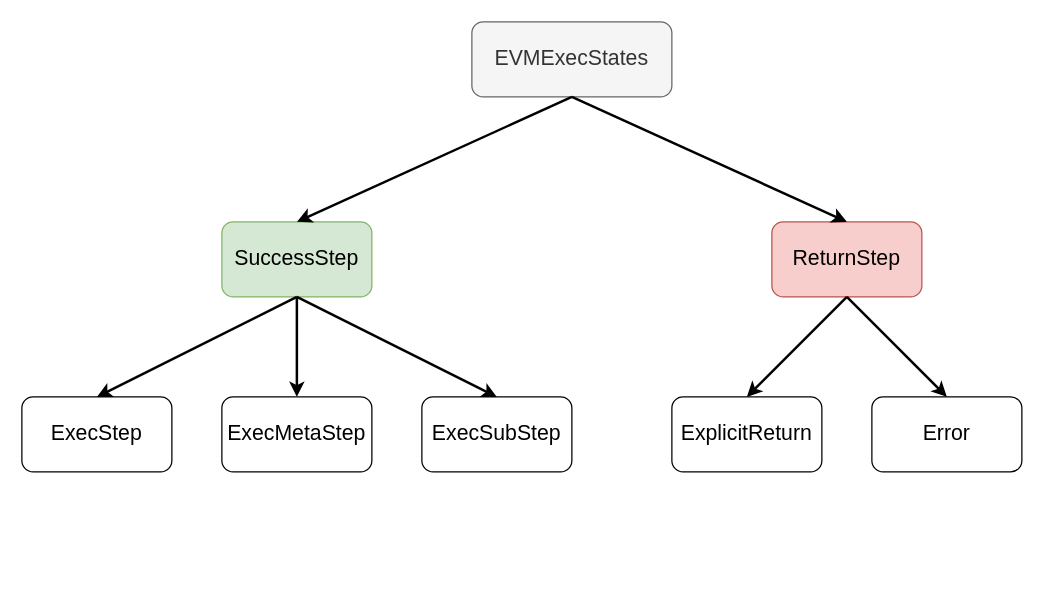
Earlier version of the draw.io diagram zkevm/EVM circuit & Execution Result.drawio (0xyicheng/a-research-diagram). Source tidied: cells renumbered, new cells numbered last; positions are measured from the earlier drawing's top-left corner, leaving out a move shared by most shapes. Both pictures are drawn from the tidied source at 125%, with x=0, y=0 at pixel (21, 21).
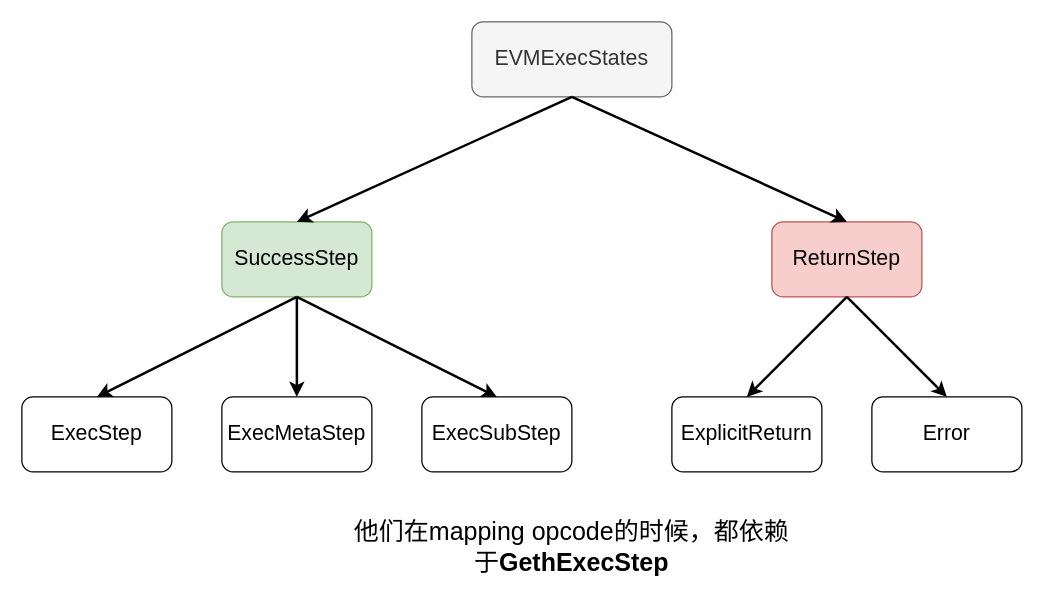
The same diagram, later.

Diff of the diagram source:
```diff
@@
 <mxGraphModel>
   <root>
     <mxCell id="0" />
     <mxCell id="1" parent="0" />
     <mxCell id="2" value="&lt;font style=&quot;font-size: 17px;&quot;&gt;EVMExecStates&lt;/font&gt;" style="rounded=1;whiteSpace=wrap;html=1;fillColor=#f5f5f5;fontColor=#333333;strokeColor=#666666;" parent="1" vertex="1">
       <mxGeometry x="360" width="160" height="60" as="geometry" />
     </mxCell>
     <mxCell id="3" value="SuccessStep" style="rounded=1;whiteSpace=wrap;html=1;fontSize=17;fillColor=#d5e8d4;strokeColor=#82b366;" parent="1" vertex="1">
       <mxGeometry x="160" y="160" width="120" height="60" as="geometry" />
     </mxCell>
     <mxCell id="4" value="ReturnStep" style="rounded=1;whiteSpace=wrap;html=1;fontSize=17;fillColor=#f8cecc;strokeColor=#b85450;" parent="1" vertex="1">
       <mxGeometry x="600" y="160" width="120" height="60" as="geometry" />
     </mxCell>
     <mxCell id="5" value="ExecStep" style="rounded=1;whiteSpace=wrap;html=1;fontSize=17;" parent="1" vertex="1">
       <mxGeometry y="300" width="120" height="60" as="geometry" />
     </mxCell>
     <mxCell id="6" value="ExecMetaStep" style="rounded=1;whiteSpace=wrap;html=1;fontSize=17;" parent="1" vertex="1">
       <mxGeometry x="160" y="300" width="120" height="60" as="geometry" />
     </mxCell>
     <mxCell id="7" value="ExecSubStep" style="rounded=1;whiteSpace=wrap;html=1;fontSize=17;" parent="1" vertex="1">
       <mxGeometry x="320" y="300" width="120" height="60" as="geometry" />
     </mxCell>
     <mxCell id="8" value="ExplicitReturn" style="rounded=1;whiteSpace=wrap;html=1;fontSize=17;" parent="1" vertex="1">
       <mxGeometry x="520" y="300" width="120" height="60" as="geometry" />
     </mxCell>
     <mxCell id="9" value="Error" style="rounded=1;whiteSpace=wrap;html=1;fontSize=17;" parent="1" vertex="1">
       <mxGeometry x="680" y="300" width="120" height="60" as="geometry" />
     </mxCell>
     <mxCell id="10" style="endArrow=classic;html=1;rounded=0;fontSize=17;strokeWidth=2;exitX=0.5;exitY=1;exitDx=0;exitDy=0;entryX=0.5;entryY=0;entryDx=0;entryDy=0;" parent="1" edge="1" source="2" target="3">
       <mxGeometry relative="1" as="geometry" />
     </mxCell>
     <mxCell id="11" style="endArrow=classic;html=1;rounded=0;fontSize=17;strokeWidth=2;exitX=0.5;exitY=1;exitDx=0;exitDy=0;entryX=0.5;entryY=0;entryDx=0;entryDy=0;" parent="1" edge="1" source="2" target="4">
       <mxGeometry relative="1" as="geometry" />
     </mxCell>
     <mxCell id="12" style="endArrow=classic;html=1;rounded=0;fontSize=17;strokeWidth=2;exitX=0.5;exitY=1;exitDx=0;exitDy=0;entryX=0.5;entryY=0;entryDx=0;entryDy=0;" parent="1" edge="1" source="3" target="5">
       <mxGeometry relative="1" as="geometry" />
     </mxCell>
     <mxCell id="13" style="endArrow=classic;html=1;rounded=0;fontSize=17;strokeWidth=2;exitX=0.5;exitY=1;exitDx=0;exitDy=0;entryX=0.5;entryY=0;entryDx=0;entryDy=0;" parent="1" edge="1" source="3" target="7">
       <mxGeometry relative="1" as="geometry" />
     </mxCell>
     <mxCell id="14" style="endArrow=classic;html=1;rounded=0;fontSize=17;strokeWidth=2;exitX=0.5;exitY=1;exitDx=0;exitDy=0;entryX=0.5;entryY=0;entryDx=0;entryDy=0;" parent="1" edge="1" source="3" target="6">
       <mxGeometry relative="1" as="geometry" />
     </mxCell>
     <mxCell id="15" style="endArrow=classic;html=1;rounded=0;fontSize=17;strokeWidth=2;exitX=0.5;exitY=1;exitDx=0;exitDy=0;entryX=0.5;entryY=0;entryDx=0;entryDy=0;" parent="1" edge="1" source="4" target="8">
       <mxGeometry relative="1" as="geometry" />
     </mxCell>
     <mxCell id="16" style="endArrow=classic;html=1;rounded=0;fontSize=17;strokeWidth=2;entryX=0.5;entryY=0;entryDx=0;entryDy=0;" parent="1" edge="1" target="9">
       <mxGeometry relative="1" as="geometry">
         <mxPoint x="660" y="220" as="sourcePoint" />
       </mxGeometry>
     </mxCell>
+    <mxCell id="17" value="&lt;font style=&quot;font-size: 20px;&quot;&gt;他们在mapping opcode的时候，都依赖于&lt;span class=&quot;notion-enable-hover&quot; style=&quot;font-weight:600&quot;&gt;GethExecStep&lt;/span&gt;&lt;/font&gt;" style="text;html=1;strokeColor=none;fillColor=none;align=center;verticalAlign=middle;whiteSpace=wrap;rounded=0;fontSize=17;" parent="1" vertex="1">
+      <mxGeometry x="260" y="390" width="360" height="60" as="geometry" />
+    </mxCell>
   </root>
 </mxGraphModel>
```
